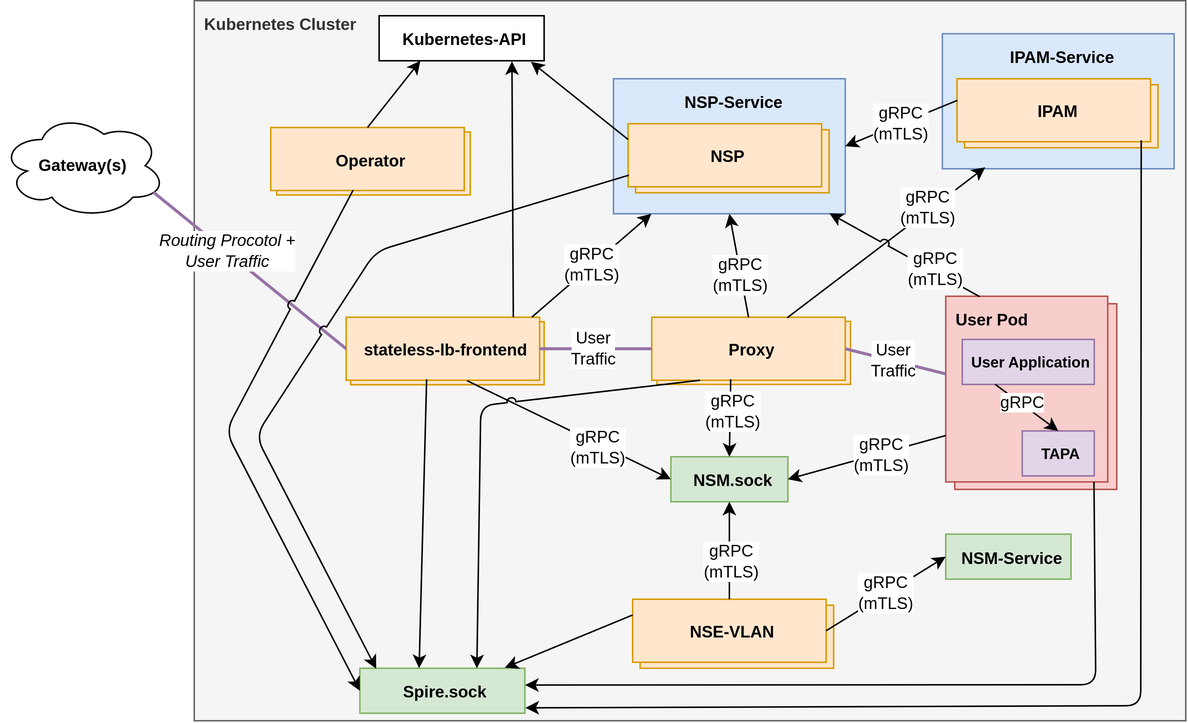
This is docs/resources/diagrams-Communications-v1.png from LionelJouin/meridio-2.x, a draw.io export, as it was before one commit. Source tidied: cells renumbered, new cells last; positions are measured from the earlier drawing's top-left corner, leaving out a move shared by most shapes.
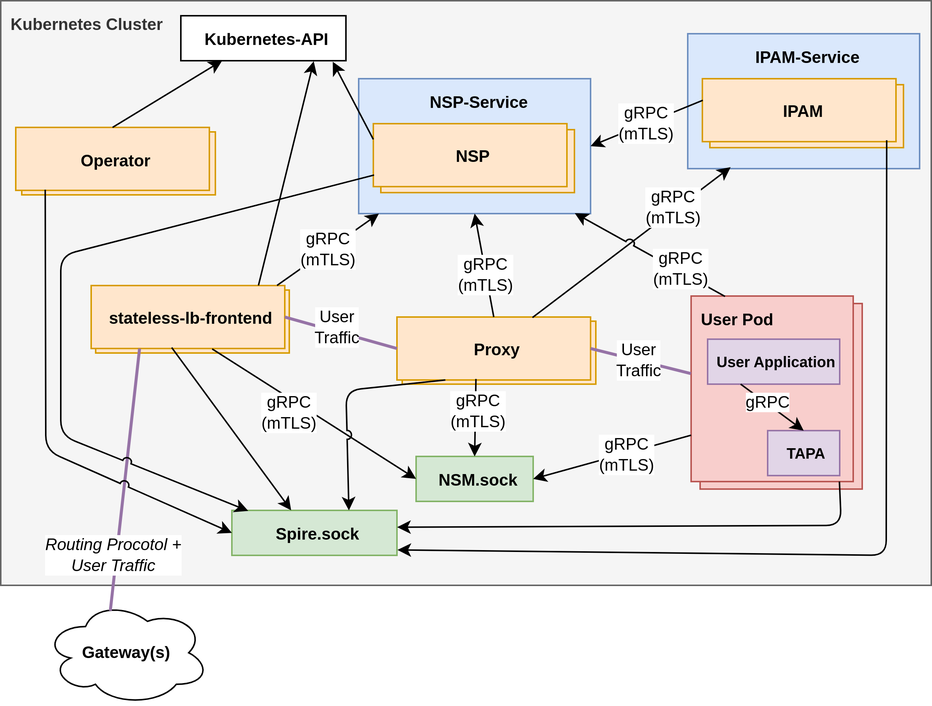
After the commit.

Diff of the diagram source:
```diff
@@ -3,19 +3,16 @@
     <mxCell id="0" />
     <mxCell id="1" parent="0" />
     <mxCell id="2" value="&lt;font&gt;&lt;span style=&quot;font-size: 11px&quot;&gt;&lt;b&gt;Kubernetes Cluster&lt;/b&gt;&lt;/span&gt;&lt;br&gt;&lt;/font&gt;" style="rounded=0;whiteSpace=wrap;html=1;labelBackgroundColor=none;fontSize=14;align=left;fillColor=#F5F5F5;strokeColor=#666666;verticalAlign=top;spacingLeft=5;fontColor=#333333;" parent="1" vertex="1">
-      <mxGeometry x="129" width="661" height="480" as="geometry" />
+      <mxGeometry x="170" width="620" height="390" as="geometry" />
     </mxCell>
     <mxCell id="3" value="&lt;font style=&quot;font-size: 11px&quot;&gt;&lt;b&gt;User Pod&lt;/b&gt;&lt;/font&gt;" style="rounded=0;whiteSpace=wrap;html=1;labelBackgroundColor=none;fontSize=14;align=left;fillColor=#f8cecc;strokeColor=#b85450;verticalAlign=top;spacingLeft=5;" parent="1" vertex="1">
       <mxGeometry x="636" y="202" width="108" height="123.8" as="geometry" />
     </mxCell>
-    <mxCell id="4" value="&lt;font&gt;&lt;span style=&quot;font-size: 11px&quot;&gt;&lt;b&gt;NSE-VLAN&lt;/b&gt;&lt;/span&gt;&lt;br&gt;&lt;/font&gt;" style="rounded=0;whiteSpace=wrap;html=1;labelBackgroundColor=none;fontSize=14;align=center;fillColor=#ffe6cc;strokeColor=#d79b00;verticalAlign=middle;spacingLeft=5;shadow=0;glass=0;sketch=0;fontColor=default;" parent="1" vertex="1">
-      <mxGeometry x="426.2" y="403" width="129" height="42" as="geometry" />
-    </mxCell>
     <mxCell id="5" value="&lt;font&gt;&lt;span style=&quot;font-size: 11px&quot;&gt;&lt;b&gt;Operator&lt;/b&gt;&lt;/span&gt;&lt;br&gt;&lt;/font&gt;" style="rounded=0;whiteSpace=wrap;html=1;labelBackgroundColor=none;fontSize=14;align=center;fillColor=#ffe6cc;strokeColor=#d79b00;verticalAlign=middle;spacingLeft=5;shadow=0;glass=0;sketch=0;fontColor=default;" parent="1" vertex="1">
       <mxGeometry x="184" y="87.5" width="129" height="42" as="geometry" />
     </mxCell>
     <mxCell id="6" value="&lt;font&gt;&lt;span style=&quot;font-size: 11px&quot;&gt;&lt;b&gt;Load-Balancer&lt;/b&gt;&lt;/span&gt;&lt;br&gt;&lt;/font&gt;" style="rounded=0;whiteSpace=wrap;html=1;labelBackgroundColor=none;fontSize=14;align=center;fillColor=#ffe6cc;strokeColor=#d79b00;verticalAlign=middle;spacingLeft=5;shadow=0;glass=0;sketch=0;fontColor=default;" parent="1" vertex="1">
-      <mxGeometry x="233.2" y="214" width="129" height="42" as="geometry" />
+      <mxGeometry x="233.2" y="193" width="129" height="42" as="geometry" />
     </mxCell>
     <mxCell id="7" value="&lt;font&gt;&lt;span style=&quot;font-size: 11px&quot;&gt;&lt;b&gt;Proxy&lt;/b&gt;&lt;/span&gt;&lt;br&gt;&lt;/font&gt;" style="rounded=0;whiteSpace=wrap;html=1;labelBackgroundColor=none;fontSize=14;align=center;fillColor=#ffe6cc;strokeColor=#d79b00;verticalAlign=middle;spacingLeft=5;shadow=0;glass=0;sketch=0;fontColor=default;" parent="1" vertex="1">
       <mxGeometry x="437.5" y="213.8" width="129" height="42" as="geometry" />
@@ -24,10 +21,10 @@
       <mxGeometry x="630" y="197" width="108" height="123.8" as="geometry" />
     </mxCell>
     <mxCell id="9" value="&lt;font&gt;&lt;span style=&quot;font-size: 11px&quot;&gt;&lt;b&gt;stateless-lb-frontend&lt;/b&gt;&lt;/span&gt;&lt;br&gt;&lt;/font&gt;" style="rounded=0;whiteSpace=wrap;html=1;labelBackgroundColor=none;fontSize=14;align=center;fillColor=#ffe6cc;strokeColor=#d79b00;verticalAlign=middle;spacingLeft=5;shadow=0;glass=0;sketch=0;fontColor=default;" parent="1" vertex="1">
-      <mxGeometry x="230.2" y="211" width="129" height="42" as="geometry" />
+      <mxGeometry x="230.2" y="190" width="129" height="42" as="geometry" />
     </mxCell>
     <mxCell id="10" value="&lt;b style=&quot;font-size: 11px;&quot;&gt;Gateway(s)&lt;/b&gt;" style="ellipse;shape=cloud;whiteSpace=wrap;html=1;spacing=2;strokeWidth=1;fontSize=11;shadow=0;sketch=0;strokeColor=default;fillColor=default;gradientColor=none;" parent="1" vertex="1">
-      <mxGeometry y="75" width="110" height="70" as="geometry" />
+      <mxGeometry x="199" y="400" width="110" height="70" as="geometry" />
     </mxCell>
     <mxCell id="11" value="&lt;b&gt;User Application&lt;/b&gt;" style="rounded=0;whiteSpace=wrap;html=1;labelBackgroundColor=none;fontSize=10;align=center;spacingLeft=4;labelPosition=center;verticalLabelPosition=middle;verticalAlign=middle;fillColor=#e1d5e7;strokeColor=#9673a6;" parent="1" vertex="1">
       <mxGeometry x="641" y="225.8" width="88" height="30" as="geometry" />
@@ -35,31 +32,25 @@
     <mxCell id="12" value="&lt;b&gt;TAPA&lt;/b&gt;" style="rounded=0;whiteSpace=wrap;html=1;labelBackgroundColor=none;fontSize=10;align=center;spacingLeft=4;labelPosition=center;verticalLabelPosition=middle;verticalAlign=middle;fillColor=#e1d5e7;strokeColor=#9673a6;" parent="1" vertex="1">
       <mxGeometry x="681" y="286.8" width="48" height="30" as="geometry" />
     </mxCell>
-    <mxCell id="13" style="endArrow=none;html=1;rounded=0;entryX=0;entryY=0.5;entryDx=0;entryDy=0;exitX=0.926;exitY=0.753;exitDx=0;exitDy=0;exitPerimeter=0;fillColor=#e1d5e7;strokeColor=#9673a6;strokeWidth=2;" parent="1" edge="1" source="10" target="9">
+    <mxCell id="13" style="endArrow=none;html=1;rounded=0;entryX=0.25;entryY=1;entryDx=0;entryDy=0;exitX=0.4;exitY=0.1;exitDx=0;exitDy=0;exitPerimeter=0;fillColor=#e1d5e7;strokeColor=#9673a6;strokeWidth=2;" parent="1" edge="1" source="10" target="9">
       <mxGeometry relative="1" as="geometry" />
     </mxCell>
     <mxCell id="14" value="&lt;i&gt;Routing Procotol +&lt;br&gt;User Traffic&lt;/i&gt;" style="edgeLabel;html=1;align=center;verticalAlign=middle;" parent="13" vertex="1">
       <mxGeometry x="-0.09" y="-1" relative="1" as="geometry">
-        <mxPoint x="-9" y="-9" as="offset" />
+        <mxPoint x="-8" y="42" as="offset" />
       </mxGeometry>
     </mxCell>
-    <mxCell id="15" value="&lt;font&gt;&lt;span style=&quot;font-size: 11px&quot;&gt;&lt;b&gt;NSM-Service&lt;/b&gt;&lt;/span&gt;&lt;br&gt;&lt;/font&gt;" style="rounded=0;whiteSpace=wrap;html=1;labelBackgroundColor=none;fontSize=14;align=center;fillColor=#d5e8d4;strokeColor=#82b366;verticalAlign=top;spacingLeft=5;shadow=0;glass=0;sketch=0;" parent="1" vertex="1">
-      <mxGeometry x="630" y="355.6" width="83.5" height="30" as="geometry" />
-    </mxCell>
     <mxCell id="16" value="&lt;font&gt;&lt;span style=&quot;font-size: 11px&quot;&gt;&lt;b&gt;Kubernetes-API&lt;/b&gt;&lt;/span&gt;&lt;br&gt;&lt;/font&gt;" style="rounded=0;whiteSpace=wrap;html=1;labelBackgroundColor=none;fontSize=14;align=center;verticalAlign=top;spacingLeft=5;shadow=0;glass=0;sketch=0;" parent="1" vertex="1">
-      <mxGeometry x="252.2" y="10" width="110" height="30" as="geometry" />
+      <mxGeometry x="290" y="10" width="110" height="30" as="geometry" />
     </mxCell>
     <mxCell id="17" value="&lt;font&gt;&lt;span style=&quot;font-size: 11px&quot;&gt;&lt;b&gt;Proxy&lt;/b&gt;&lt;/span&gt;&lt;br&gt;&lt;/font&gt;" style="rounded=0;whiteSpace=wrap;html=1;labelBackgroundColor=none;fontSize=14;align=center;fillColor=#ffe6cc;strokeColor=#d79b00;verticalAlign=middle;spacingLeft=5;shadow=0;glass=0;sketch=0;fontColor=default;" parent="1" vertex="1">
       <mxGeometry x="434" y="211" width="129" height="42" as="geometry" />
     </mxCell>
-    <mxCell id="18" value="&lt;font&gt;&lt;span style=&quot;font-size: 11px&quot;&gt;&lt;b&gt;NSE-VLAN&lt;/b&gt;&lt;/span&gt;&lt;br&gt;&lt;/font&gt;" style="rounded=0;whiteSpace=wrap;html=1;labelBackgroundColor=none;fontSize=14;align=center;fillColor=#ffe6cc;strokeColor=#d79b00;verticalAlign=middle;spacingLeft=5;shadow=0;glass=0;sketch=0;fontColor=default;" parent="1" vertex="1">
-      <mxGeometry x="421.2" y="399" width="129" height="42" as="geometry" />
-    </mxCell>
     <mxCell id="19" value="&lt;font&gt;&lt;span style=&quot;font-size: 11px&quot;&gt;&lt;b&gt;NSM.sock&lt;/b&gt;&lt;/span&gt;&lt;br&gt;&lt;/font&gt;" style="rounded=0;whiteSpace=wrap;html=1;labelBackgroundColor=none;fontSize=14;align=center;fillColor=#d5e8d4;strokeColor=#82b366;verticalAlign=top;spacingLeft=5;shadow=0;glass=0;sketch=0;" parent="1" vertex="1">
       <mxGeometry x="446.8" y="304" width="78" height="30" as="geometry" />
     </mxCell>
     <mxCell id="20" value="&lt;font&gt;&lt;span style=&quot;font-size: 11px&quot;&gt;&lt;b&gt;Spire.sock&lt;/b&gt;&lt;/span&gt;&lt;br&gt;&lt;/font&gt;" style="rounded=0;whiteSpace=wrap;html=1;labelBackgroundColor=none;fontSize=14;align=center;fillColor=#d5e8d4;strokeColor=#82b366;verticalAlign=top;spacingLeft=5;shadow=0;glass=0;sketch=0;" parent="1" vertex="1">
-      <mxGeometry x="239.4" y="445" width="110" height="30" as="geometry" />
+      <mxGeometry x="324" y="340" width="110" height="30" as="geometry" />
     </mxCell>
     <mxCell id="21" value="&lt;font&gt;&lt;span style=&quot;font-size: 11px&quot;&gt;&lt;b&gt;NSP-Service&lt;/b&gt;&lt;/span&gt;&lt;br&gt;&lt;/font&gt;" style="rounded=0;whiteSpace=wrap;html=1;labelBackgroundColor=none;fontSize=14;align=center;fillColor=#dae8fc;strokeColor=#6c8ebf;verticalAlign=top;spacingLeft=5;shadow=0;glass=0;sketch=0;" parent="1" vertex="1">
       <mxGeometry x="408.5" y="52" width="154.5" height="90" as="geometry" />
@@ -88,15 +79,12 @@
     <mxCell id="29" style="endArrow=none;html=1;rounded=0;entryX=0.5;entryY=0;entryDx=0;entryDy=0;exitX=0.25;exitY=1;exitDx=0;exitDy=0;startArrow=classic;startFill=1;" parent="1" edge="1" source="16" target="27">
       <mxGeometry relative="1" as="geometry" />
     </mxCell>
-    <mxCell id="30" value="gRPC&lt;br&gt;(mTLS)" style="endArrow=none;html=1;rounded=0;entryX=1;entryY=0.5;entryDx=0;entryDy=0;exitX=0;exitY=0.5;exitDx=0;exitDy=0;endFill=0;startArrow=classic;startFill=1;" parent="1" edge="1" source="15" target="18">
-      <mxGeometry relative="1" as="geometry" />
-    </mxCell>
     <mxCell id="31" style="endArrow=none;html=1;rounded=0;entryX=0.625;entryY=1.007;entryDx=0;entryDy=0;exitX=0;exitY=0.5;exitDx=0;exitDy=0;entryPerimeter=0;jumpStyle=arc;startArrow=classic;startFill=1;" parent="1" edge="1" source="19" target="9">
       <mxGeometry relative="1" as="geometry" />
     </mxCell>
     <mxCell id="32" value="gRPC&lt;br&gt;(mTLS)" style="edgeLabel;html=1;align=center;verticalAlign=middle;" parent="31" vertex="1">
       <mxGeometry x="-0.48" y="-2" relative="1" as="geometry">
-        <mxPoint x="-15" y="-2" as="offset" />
+        <mxPoint x="-50" y="-20" as="offset" />
       </mxGeometry>
     </mxCell>
     <mxCell id="33" style="endArrow=none;html=1;rounded=0;entryX=0.416;entryY=0.985;entryDx=0;entryDy=0;exitX=0.359;exitY=-0.002;exitDx=0;exitDy=0;entryPerimeter=0;jumpStyle=arc;exitPerimeter=0;startArrow=classic;startFill=1;" parent="1" edge="1" source="20" target="9">
@@ -113,15 +101,6 @@
     <mxCell id="36" value="gRPC&lt;br&gt;(mTLS)" style="endArrow=none;html=1;rounded=0;jumpStyle=arc;entryX=0.96;entryY=-0.002;entryDx=0;entryDy=0;entryPerimeter=0;startArrow=classic;startFill=1;" parent="1" edge="1" source="21" target="9">
       <mxGeometry relative="1" as="geometry" />
     </mxCell>
-    <mxCell id="37" style="endArrow=classic;html=1;rounded=0;entryX=0.879;entryY=-0.013;entryDx=0;entryDy=0;exitX=0;exitY=0.25;exitDx=0;exitDy=0;entryPerimeter=0;startArrow=none;startFill=0;endFill=1;" parent="1" edge="1" source="18" target="20">
-      <mxGeometry relative="1" as="geometry" />
-    </mxCell>
-    <mxCell id="38" style="endArrow=classic;html=1;rounded=0;entryX=0.5;entryY=1;entryDx=0;entryDy=0;exitX=0.5;exitY=0;exitDx=0;exitDy=0;startArrow=none;startFill=0;endFill=1;" parent="1" edge="1" source="18" target="19">
-      <mxGeometry relative="1" as="geometry" />
-    </mxCell>
-    <mxCell id="39" value="gRPC&lt;br&gt;(mTLS)" style="edgeLabel;html=1;align=center;verticalAlign=middle;" parent="38" vertex="1">
-      <mxGeometry x="-0.22" y="-1" relative="1" as="geometry" />
-    </mxCell>
     <mxCell id="40" style="endArrow=none;html=1;rounded=0;entryX=0.5;entryY=0;entryDx=0;entryDy=0;exitX=0.5;exitY=1;exitDx=0;exitDy=0;jumpStyle=arc;endFill=0;startArrow=classic;startFill=1;" parent="1" edge="1" source="21" target="17">
       <mxGeometry relative="1" as="geometry" />
     </mxCell>
@@ -147,22 +126,22 @@
     <mxCell id="46" style="endArrow=none;html=1;rounded=1;entryX=0.915;entryY=1;entryDx=0;entryDy=0;exitX=1.001;exitY=0.373;exitDx=0;exitDy=0;entryPerimeter=0;jumpStyle=arc;exitPerimeter=0;startArrow=classic;startFill=1;" parent="1" edge="1" source="20" target="8">
       <mxGeometry relative="1" as="geometry">
         <Array as="points">
-          <mxPoint x="730" y="456" />
+          <mxPoint x="730" y="350" />
         </Array>
       </mxGeometry>
     </mxCell>
     <mxCell id="47" style="endArrow=none;html=1;entryX=0.004;entryY=0.816;entryDx=0;entryDy=0;jumpStyle=arc;exitX=0.099;exitY=0.011;exitDx=0;exitDy=0;rounded=1;entryPerimeter=0;exitPerimeter=0;startArrow=classic;startFill=1;" parent="1" edge="1" source="20" target="23">
       <mxGeometry relative="1" as="geometry">
         <Array as="points">
-          <mxPoint x="170" y="290" />
-          <mxPoint x="250" y="167" />
+          <mxPoint x="210" y="290" />
+          <mxPoint x="210" y="170" />
         </Array>
       </mxGeometry>
     </mxCell>
     <mxCell id="48" style="endArrow=none;html=1;rounded=1;exitX=1.003;exitY=0.879;exitDx=0;exitDy=0;jumpStyle=arc;entryX=0.952;entryY=0.978;entryDx=0;entryDy=0;entryPerimeter=0;exitPerimeter=0;startArrow=classic;startFill=1;" parent="1" edge="1" source="20" target="26">
       <mxGeometry relative="1" as="geometry">
         <Array as="points">
-          <mxPoint x="760" y="470" />
+          <mxPoint x="760" y="370" />
         </Array>
       </mxGeometry>
     </mxCell>
@@ -174,17 +153,17 @@
         <mxPoint x="5" y="-2" as="offset" />
       </mxGeometry>
     </mxCell>
-    <mxCell id="51" style="endArrow=none;html=1;entryX=0.426;entryY=0.993;entryDx=0;entryDy=0;exitX=0;exitY=0.5;exitDx=0;exitDy=0;jumpStyle=arc;entryPerimeter=0;rounded=1;startArrow=classic;startFill=1;" parent="1" edge="1" source="20" target="27">
+    <mxCell id="51" style="endArrow=none;html=1;entryX=0.152;entryY=0.99;entryDx=0;entryDy=0;exitX=0;exitY=0.5;exitDx=0;exitDy=0;jumpStyle=arc;entryPerimeter=0;rounded=1;startArrow=classic;startFill=1;" parent="1" edge="1" source="20" target="27">
       <mxGeometry relative="1" as="geometry">
         <Array as="points">
-          <mxPoint x="150" y="287" />
+          <mxPoint x="200" y="300" />
         </Array>
       </mxGeometry>
     </mxCell>
     <mxCell id="52" style="endArrow=none;html=1;rounded=1;entryX=0.25;entryY=1;entryDx=0;entryDy=0;jumpStyle=arc;exitX=0.709;exitY=0.001;exitDx=0;exitDy=0;exitPerimeter=0;startArrow=classic;startFill=1;" parent="1" edge="1" source="20" target="17">
       <mxGeometry relative="1" as="geometry">
         <Array as="points">
-          <mxPoint x="320" y="270" />
+          <mxPoint x="400" y="260" />
         </Array>
       </mxGeometry>
     </mxCell>
```
